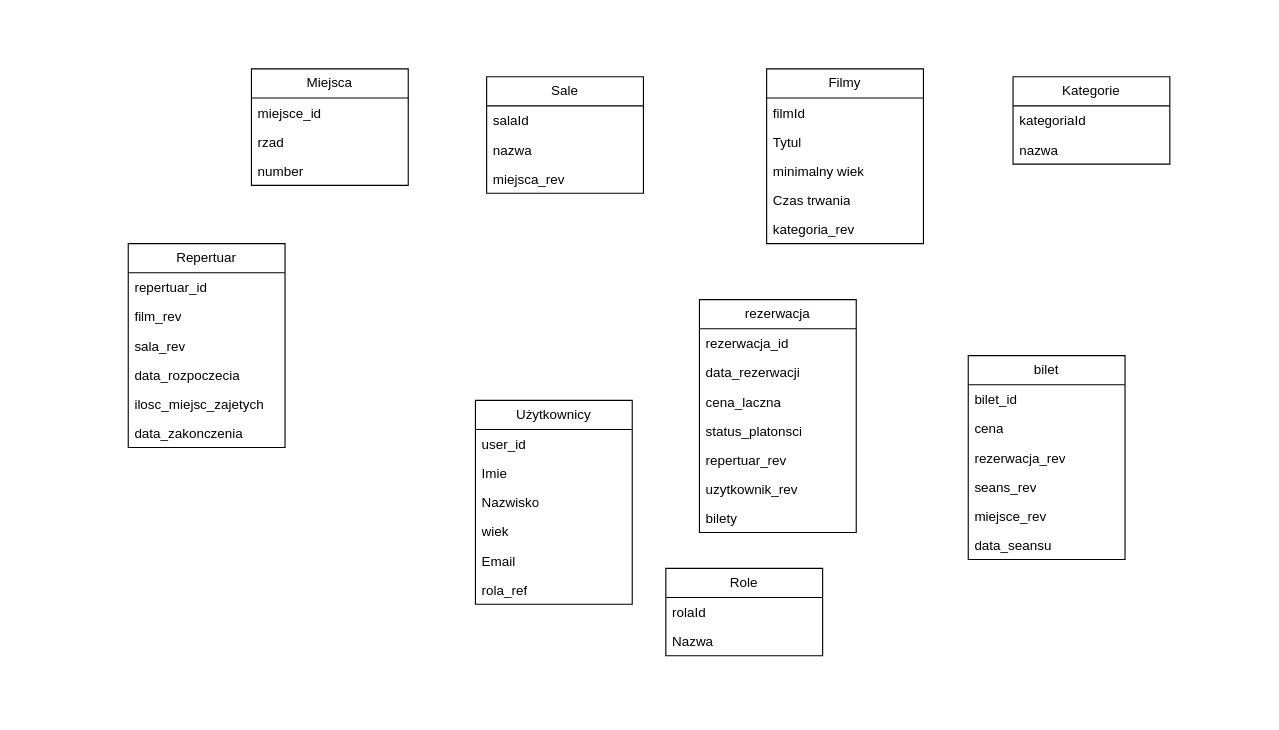
elzyr/KinoDB keeps this draw.io diagram as diagram.drawio. Above is the earlier version. Source tidied: cells renumbered, new cells numbered last; positions are measured from the earlier drawing's top-left corner, leaving out a move shared by most shapes. Both pictures are drawn from the tidied source at 112%, with x=0, y=0 at pixel (128, 68).
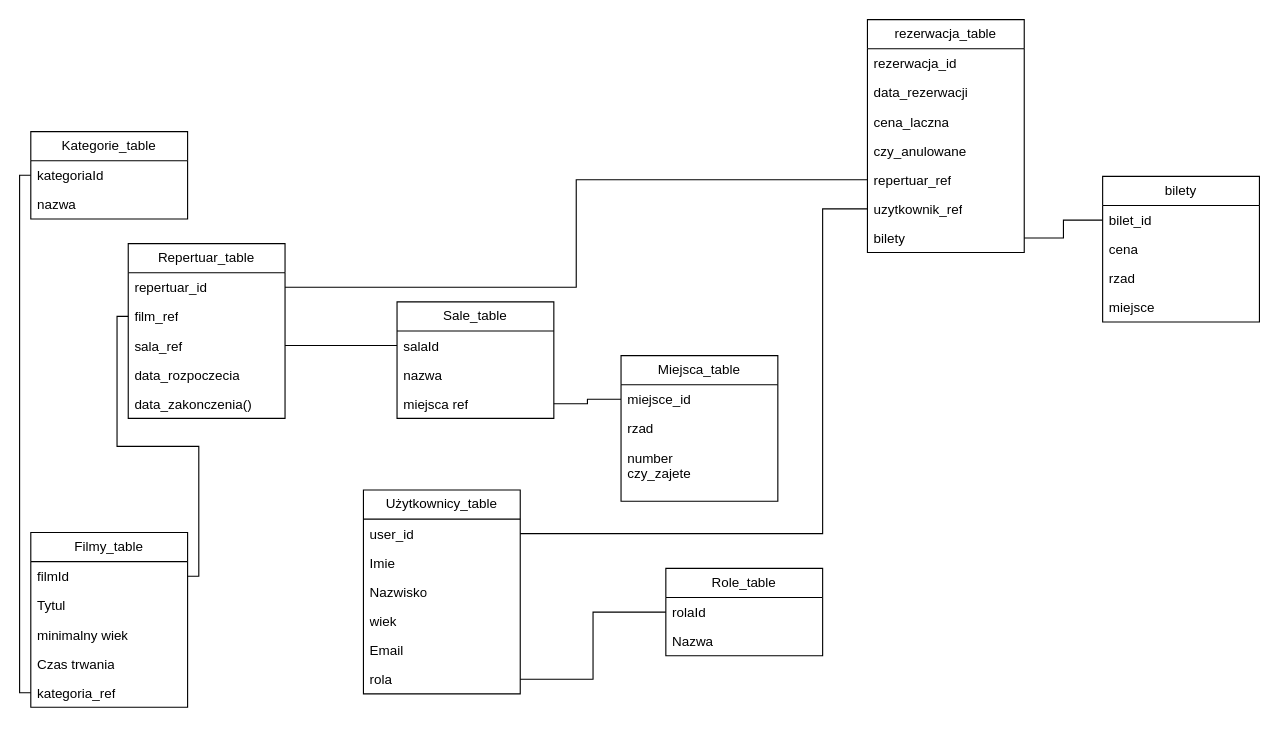
After the change.

Unchanged cells that the change refers to:
```xml
<mxCell id="3" value="user_id" style="text;strokeColor=none;fillColor=none;align=left;verticalAlign=top;spacingLeft=4;spacingRight=4;overflow=hidden;points=[[0,0.5],[1,0.5]];portConstraint=eastwest;whiteSpace=wrap;html=1;" parent="2" vertex="1">
  <mxGeometry y="26" width="140" height="26" as="geometry" />
</mxCell>
<mxCell id="10" value="rolaId" style="text;strokeColor=none;fillColor=none;align=left;verticalAlign=top;spacingLeft=4;spacingRight=4;overflow=hidden;points=[[0,0.5],[1,0.5]];portConstraint=eastwest;whiteSpace=wrap;html=1;" parent="9" vertex="1">
  <mxGeometry y="26" width="140" height="26" as="geometry" />
</mxCell>
<mxCell id="13" value="filmId" style="text;strokeColor=none;fillColor=none;align=left;verticalAlign=top;spacingLeft=4;spacingRight=4;overflow=hidden;points=[[0,0.5],[1,0.5]];portConstraint=eastwest;whiteSpace=wrap;html=1;" parent="12" vertex="1">
  <mxGeometry y="26" width="140" height="26" as="geometry" />
</mxCell>
<mxCell id="19" value="kategoriaId" style="text;strokeColor=none;fillColor=none;align=left;verticalAlign=top;spacingLeft=4;spacingRight=4;overflow=hidden;points=[[0,0.5],[1,0.5]];portConstraint=eastwest;whiteSpace=wrap;html=1;" parent="18" vertex="1">
  <mxGeometry y="26" width="140" height="26" as="geometry" />
</mxCell>
<mxCell id="22" value="salaId" style="text;strokeColor=none;fillColor=none;align=left;verticalAlign=top;spacingLeft=4;spacingRight=4;overflow=hidden;points=[[0,0.5],[1,0.5]];portConstraint=eastwest;whiteSpace=wrap;html=1;" parent="21" vertex="1">
  <mxGeometry y="26" width="140" height="26" as="geometry" />
</mxCell>
<mxCell id="26" value="repertuar_id" style="text;strokeColor=none;fillColor=none;align=left;verticalAlign=top;spacingLeft=4;spacingRight=4;overflow=hidden;points=[[0,0.5],[1,0.5]];portConstraint=eastwest;whiteSpace=wrap;html=1;" parent="25" vertex="1">
  <mxGeometry y="26" width="140" height="26" as="geometry" />
</mxCell>
<mxCell id="33" value="miejsce_id" style="text;strokeColor=none;fillColor=none;align=left;verticalAlign=top;spacingLeft=4;spacingRight=4;overflow=hidden;points=[[0,0.5],[1,0.5]];portConstraint=eastwest;whiteSpace=wrap;html=1;" parent="32" vertex="1">
  <mxGeometry y="26" width="140" height="26" as="geometry" />
</mxCell>
<mxCell id="37" value="bilet_id" style="text;strokeColor=none;fillColor=none;align=left;verticalAlign=top;spacingLeft=4;spacingRight=4;overflow=hidden;points=[[0,0.5],[1,0.5]];portConstraint=eastwest;whiteSpace=wrap;html=1;" parent="36" vertex="1">
  <mxGeometry y="26" width="140" height="26" as="geometry" />
</mxCell>
<mxCell id="50" value="bilety" style="text;strokeColor=none;fillColor=none;align=left;verticalAlign=top;spacingLeft=4;spacingRight=4;overflow=hidden;points=[[0,0.5],[1,0.5]];portConstraint=eastwest;whiteSpace=wrap;html=1;" parent="43" vertex="1">
  <mxGeometry y="182" width="140" height="26" as="geometry" />
</mxCell>
```

The edit, as a diff of the source:
```diff
@@
-    <mxCell id="2" value="Użytkownicy" style="swimlane;fontStyle=0;horizontal=1;startSize=26;fillColor=none;whiteSpace=wrap;html=1;" parent="1" vertex="1">
-      <mxGeometry x="310" y="296" width="140" height="182" as="geometry" />
+    <mxCell id="2" value="Użytkownicy_table" style="swimlane;fontStyle=0;horizontal=1;startSize=26;fillColor=none;whiteSpace=wrap;html=1;" parent="1" vertex="1">
+      <mxGeometry x="210" y="376" width="140" height="182" as="geometry" />
     </mxCell>
@@
-    <mxCell id="8" value="rola_ref" style="text;strokeColor=none;fillColor=none;align=left;verticalAlign=top;spacingLeft=4;spacingRight=4;overflow=hidden;points=[[0,0.5],[1,0.5]];portConstraint=eastwest;whiteSpace=wrap;html=1;" parent="2" vertex="1">
+    <mxCell id="8" value="rola" style="text;strokeColor=none;fillColor=none;align=left;verticalAlign=top;spacingLeft=4;spacingRight=4;overflow=hidden;points=[[0,0.5],[1,0.5]];portConstraint=eastwest;whiteSpace=wrap;html=1;" parent="2" vertex="1">
       <mxGeometry y="156" width="140" height="26" as="geometry" />
     </mxCell>
-    <mxCell id="9" value="Role" style="swimlane;fontStyle=0;horizontal=1;startSize=26;fillColor=none;whiteSpace=wrap;html=1;" parent="1" vertex="1">
+    <mxCell id="9" value="Role_table" style="swimlane;fontStyle=0;horizontal=1;startSize=26;fillColor=none;whiteSpace=wrap;html=1;" parent="1" vertex="1">
       <mxGeometry x="480" y="446" width="140" height="78" as="geometry" />
     </mxCell>
@@
-    <mxCell id="12" value="Filmy" style="swimlane;fontStyle=0;horizontal=1;startSize=26;fillColor=none;whiteSpace=wrap;html=1;" parent="1" vertex="1">
-      <mxGeometry x="570" width="140" height="156" as="geometry" />
+    <mxCell id="12" value="Filmy_table" style="swimlane;fontStyle=0;horizontal=1;startSize=26;fillColor=none;whiteSpace=wrap;html=1;" parent="1" vertex="1">
+      <mxGeometry x="-87" y="414" width="140" height="156" as="geometry" />
     </mxCell>
@@
-    <mxCell id="17" value="kategoria_rev" style="text;strokeColor=none;fillColor=none;align=left;verticalAlign=top;spacingLeft=4;spacingRight=4;overflow=hidden;points=[[0,0.5],[1,0.5]];portConstraint=eastwest;whiteSpace=wrap;html=1;" parent="12" vertex="1">
+    <mxCell id="17" value="kategoria_ref" style="text;strokeColor=none;fillColor=none;align=left;verticalAlign=top;spacingLeft=4;spacingRight=4;overflow=hidden;points=[[0,0.5],[1,0.5]];portConstraint=eastwest;whiteSpace=wrap;html=1;" parent="12" vertex="1">
       <mxGeometry y="130" width="140" height="26" as="geometry" />
     </mxCell>
-    <mxCell id="18" value="Kategorie" style="swimlane;fontStyle=0;horizontal=1;startSize=26;fillColor=none;whiteSpace=wrap;html=1;" parent="1" vertex="1">
-      <mxGeometry x="790" y="7" width="140" height="78" as="geometry" />
+    <mxCell id="18" value="Kategorie_table" style="swimlane;fontStyle=0;horizontal=1;startSize=26;fillColor=none;whiteSpace=wrap;html=1;" parent="1" vertex="1">
+      <mxGeometry x="-87" y="56" width="140" height="78" as="geometry" />
     </mxCell>
@@
-    <mxCell id="21" value="Sale" style="swimlane;fontStyle=0;horizontal=1;startSize=26;fillColor=none;whiteSpace=wrap;html=1;" parent="1" vertex="1">
-      <mxGeometry x="320" y="7" width="140" height="104" as="geometry" />
+    <mxCell id="21" value="Sale_table" style="swimlane;fontStyle=0;horizontal=1;startSize=26;fillColor=none;whiteSpace=wrap;html=1;" parent="1" vertex="1">
+      <mxGeometry x="240" y="208" width="140" height="104" as="geometry" />
     </mxCell>
@@
-    <mxCell id="24" value="miejsca_rev" style="text;strokeColor=none;fillColor=none;align=left;verticalAlign=top;spacingLeft=4;spacingRight=4;overflow=hidden;points=[[0,0.5],[1,0.5]];portConstraint=eastwest;whiteSpace=wrap;html=1;" parent="21" vertex="1">
+    <mxCell id="24" value="miejsca ref" style="text;strokeColor=none;fillColor=none;align=left;verticalAlign=top;spacingLeft=4;spacingRight=4;overflow=hidden;points=[[0,0.5],[1,0.5]];portConstraint=eastwest;whiteSpace=wrap;html=1;" parent="21" vertex="1">
       <mxGeometry y="78" width="140" height="26" as="geometry" />
     </mxCell>
-    <mxCell id="25" value="Repertuar" style="swimlane;fontStyle=0;horizontal=1;startSize=26;fillColor=none;whiteSpace=wrap;html=1;" parent="1" vertex="1">
-      <mxGeometry y="156" width="140" height="182" as="geometry" />
+    <mxCell id="25" value="Repertuar_table" style="swimlane;fontStyle=0;horizontal=1;startSize=26;fillColor=none;whiteSpace=wrap;html=1;" parent="1" vertex="1">
+      <mxGeometry y="156" width="140" height="156" as="geometry" />
     </mxCell>
@@
-    <mxCell id="27" value="film_rev" style="text;strokeColor=none;fillColor=none;align=left;verticalAlign=top;spacingLeft=4;spacingRight=4;overflow=hidden;points=[[0,0.5],[1,0.5]];portConstraint=eastwest;whiteSpace=wrap;html=1;" parent="25" vertex="1">
+    <mxCell id="27" value="film_ref" style="text;strokeColor=none;fillColor=none;align=left;verticalAlign=top;spacingLeft=4;spacingRight=4;overflow=hidden;points=[[0,0.5],[1,0.5]];portConstraint=eastwest;whiteSpace=wrap;html=1;" parent="25" vertex="1">
       <mxGeometry y="52" width="140" height="26" as="geometry" />
     </mxCell>
-    <mxCell id="28" value="sala_rev" style="text;strokeColor=none;fillColor=none;align=left;verticalAlign=top;spacingLeft=4;spacingRight=4;overflow=hidden;points=[[0,0.5],[1,0.5]];portConstraint=eastwest;whiteSpace=wrap;html=1;" parent="25" vertex="1">
+    <mxCell id="28" value="sala_ref" style="text;strokeColor=none;fillColor=none;align=left;verticalAlign=top;spacingLeft=4;spacingRight=4;overflow=hidden;points=[[0,0.5],[1,0.5]];portConstraint=eastwest;whiteSpace=wrap;html=1;" parent="25" vertex="1">
       <mxGeometry y="78" width="140" height="26" as="geometry" />
     </mxCell>
@@
-    <mxCell id="30" value="ilosc_miejsc_zajetych" style="text;strokeColor=none;fillColor=none;align=left;verticalAlign=top;spacingLeft=4;spacingRight=4;overflow=hidden;whiteSpace=wrap;html=1;" parent="25" vertex="1">
-      <mxGeometry y="130" width="140" height="26" as="geometry" />
-    </mxCell>
-    <mxCell id="31" value="data_zakonczenia" style="text;strokeColor=none;fillColor=none;align=left;verticalAlign=top;spacingLeft=4;spacingRight=4;overflow=hidden;whiteSpace=wrap;html=1;" parent="25" vertex="1">
-      <mxGeometry y="156" width="140" height="26" as="geometry" />
+    <mxCell id="31" value="data_zakonczenia()" style="text;strokeColor=none;fillColor=none;align=left;verticalAlign=top;spacingLeft=4;spacingRight=4;overflow=hidden;whiteSpace=wrap;html=1;" parent="25" vertex="1">
+      <mxGeometry y="130" width="140" height="26" as="geometry" />
     </mxCell>
-    <mxCell id="32" value="Miejsca" style="swimlane;fontStyle=0;horizontal=1;startSize=26;fillColor=none;whiteSpace=wrap;html=1;" parent="1" vertex="1">
-      <mxGeometry x="110" width="140" height="104" as="geometry" />
+    <mxCell id="32" value="Miejsca_table" style="swimlane;fontStyle=0;horizontal=1;startSize=26;fillColor=none;whiteSpace=wrap;html=1;" parent="1" vertex="1">
+      <mxGeometry x="440" y="256" width="140" height="130" as="geometry" />
     </mxCell>
@@
-    <mxCell id="35" value="number" style="text;strokeColor=none;fillColor=none;align=left;verticalAlign=top;spacingLeft=4;spacingRight=4;overflow=hidden;whiteSpace=wrap;html=1;" parent="32" vertex="1">
-      <mxGeometry y="78" width="140" height="26" as="geometry" />
+    <mxCell id="35" value="number&lt;div&gt;czy_zajete&lt;/div&gt;" style="text;strokeColor=none;fillColor=none;align=left;verticalAlign=top;spacingLeft=4;spacingRight=4;overflow=hidden;whiteSpace=wrap;html=1;" parent="32" vertex="1">
+      <mxGeometry y="78" width="140" height="52" as="geometry" />
     </mxCell>
-    <mxCell id="36" value="bilet" style="swimlane;fontStyle=0;horizontal=1;startSize=26;fillColor=none;whiteSpace=wrap;html=1;" parent="1" vertex="1">
-      <mxGeometry x="750" y="256" width="140" height="182" as="geometry" />
+    <mxCell id="36" value="bilety" style="swimlane;fontStyle=0;horizontal=1;startSize=26;fillColor=none;whiteSpace=wrap;html=1;" parent="1" vertex="1">
+      <mxGeometry x="870" y="96" width="140" height="130" as="geometry" />
     </mxCell>
@@
-    <mxCell id="39" value="rezerwacja_rev" style="text;strokeColor=none;fillColor=none;align=left;verticalAlign=top;spacingLeft=4;spacingRight=4;overflow=hidden;whiteSpace=wrap;html=1;" parent="36" vertex="1">
-      <mxGeometry y="78" width="140" height="26" as="geometry" />
-    </mxCell>
-    <mxCell id="40" value="seans_rev" style="text;strokeColor=none;fillColor=none;align=left;verticalAlign=top;spacingLeft=4;spacingRight=4;overflow=hidden;whiteSpace=wrap;html=1;" parent="36" vertex="1">
-      <mxGeometry y="104" width="140" height="26" as="geometry" />
+    <mxCell id="40" value="rzad" style="text;strokeColor=none;fillColor=none;align=left;verticalAlign=top;spacingLeft=4;spacingRight=4;overflow=hidden;whiteSpace=wrap;html=1;" parent="36" vertex="1">
+      <mxGeometry y="78" width="140" height="26" as="geometry" />
     </mxCell>
-    <mxCell id="41" value="miejsce_rev" style="text;strokeColor=none;fillColor=none;align=left;verticalAlign=top;spacingLeft=4;spacingRight=4;overflow=hidden;whiteSpace=wrap;html=1;" parent="36" vertex="1">
-      <mxGeometry y="130" width="140" height="26" as="geometry" />
+    <mxCell id="41" value="miejsce" style="text;strokeColor=none;fillColor=none;align=left;verticalAlign=top;spacingLeft=4;spacingRight=4;overflow=hidden;whiteSpace=wrap;html=1;" parent="36" vertex="1">
+      <mxGeometry y="104" width="140" height="26" as="geometry" />
     </mxCell>
-    <mxCell id="42" value="data_seansu" style="text;strokeColor=none;fillColor=none;align=left;verticalAlign=top;spacingLeft=4;spacingRight=4;overflow=hidden;whiteSpace=wrap;html=1;" parent="36" vertex="1">
-      <mxGeometry y="156" width="140" height="26" as="geometry" />
-    </mxCell>
-    <mxCell id="43" value="rezerwacja" style="swimlane;fontStyle=0;horizontal=1;startSize=26;fillColor=none;whiteSpace=wrap;html=1;" parent="1" vertex="1">
-      <mxGeometry x="510" y="206" width="140" height="208" as="geometry" />
+    <mxCell id="43" value="rezerwacja_table" style="swimlane;fontStyle=0;horizontal=1;startSize=26;fillColor=none;whiteSpace=wrap;html=1;" parent="1" vertex="1">
+      <mxGeometry x="660" y="-44" width="140" height="208" as="geometry" />
     </mxCell>
@@
-    <mxCell id="47" value="status_platonsci" style="text;strokeColor=none;fillColor=none;align=left;verticalAlign=top;spacingLeft=4;spacingRight=4;overflow=hidden;whiteSpace=wrap;html=1;" parent="43" vertex="1">
+    <mxCell id="47" value="czy_anulowane" style="text;strokeColor=none;fillColor=none;align=left;verticalAlign=top;spacingLeft=4;spacingRight=4;overflow=hidden;whiteSpace=wrap;html=1;" parent="43" vertex="1">
       <mxGeometry y="104" width="140" height="26" as="geometry" />
     </mxCell>
-    <mxCell id="48" value="repertuar_rev" style="text;strokeColor=none;fillColor=none;align=left;verticalAlign=top;spacingLeft=4;spacingRight=4;overflow=hidden;points=[[0,0.5],[1,0.5]];portConstraint=eastwest;whiteSpace=wrap;html=1;" parent="43" vertex="1">
+    <mxCell id="48" value="repertuar_ref" style="text;strokeColor=none;fillColor=none;align=left;verticalAlign=top;spacingLeft=4;spacingRight=4;overflow=hidden;points=[[0,0.5],[1,0.5]];portConstraint=eastwest;whiteSpace=wrap;html=1;" parent="43" vertex="1">
       <mxGeometry y="130" width="140" height="26" as="geometry" />
     </mxCell>
-    <mxCell id="49" value="uzytkownik_rev" style="text;strokeColor=none;fillColor=none;align=left;verticalAlign=top;spacingLeft=4;spacingRight=4;overflow=hidden;points=[[0,0.5],[1,0.5]];portConstraint=eastwest;whiteSpace=wrap;html=1;" parent="43" vertex="1">
+    <mxCell id="49" value="uzytkownik_ref" style="text;strokeColor=none;fillColor=none;align=left;verticalAlign=top;spacingLeft=4;spacingRight=4;overflow=hidden;points=[[0,0.5],[1,0.5]];portConstraint=eastwest;whiteSpace=wrap;html=1;" parent="43" vertex="1">
       <mxGeometry y="156" width="140" height="26" as="geometry" />
     </mxCell>
@@
+    <mxCell id="51" style="endArrow=none;html=1;edgeStyle=orthogonalEdgeStyle;rounded=0;entryX=0;entryY=0.5;entryDx=0;entryDy=0;exitX=0;exitY=0.5;exitDx=0;exitDy=0;" parent="1" edge="1" source="17" target="19">
+      <mxGeometry relative="1" as="geometry" />
+    </mxCell>
+    <mxCell id="52" style="endArrow=none;html=1;edgeStyle=orthogonalEdgeStyle;rounded=0;entryX=0;entryY=0.5;entryDx=0;entryDy=0;exitX=1;exitY=0.5;exitDx=0;exitDy=0;" parent="1" edge="1" source="13" target="27">
+      <mxGeometry relative="1" as="geometry" />
+    </mxCell>
+    <mxCell id="53" style="endArrow=none;html=1;edgeStyle=orthogonalEdgeStyle;rounded=0;entryX=0;entryY=0.5;entryDx=0;entryDy=0;exitX=1;exitY=0.5;exitDx=0;exitDy=0;" parent="1" edge="1" source="26" target="48">
+      <mxGeometry relative="1" as="geometry" />
+    </mxCell>
+    <mxCell id="54" style="endArrow=none;html=1;edgeStyle=orthogonalEdgeStyle;rounded=0;exitX=1;exitY=0.5;exitDx=0;exitDy=0;" parent="1" edge="1" source="24" target="33">
+      <mxGeometry relative="1" as="geometry" />
+    </mxCell>
+    <mxCell id="55" style="endArrow=none;html=1;edgeStyle=orthogonalEdgeStyle;rounded=0;entryX=0;entryY=0.5;entryDx=0;entryDy=0;exitX=1;exitY=0.5;exitDx=0;exitDy=0;" parent="1" edge="1" source="28" target="22">
+      <mxGeometry relative="1" as="geometry" />
+    </mxCell>
+    <mxCell id="56" style="endArrow=none;html=1;edgeStyle=orthogonalEdgeStyle;rounded=0;entryX=0;entryY=0.5;entryDx=0;entryDy=0;exitX=1;exitY=0.5;exitDx=0;exitDy=0;" parent="1" edge="1" source="8" target="10">
+      <mxGeometry relative="1" as="geometry" />
+    </mxCell>
+    <mxCell id="57" style="endArrow=none;html=1;edgeStyle=orthogonalEdgeStyle;rounded=0;entryX=0;entryY=0.5;entryDx=0;entryDy=0;exitX=1;exitY=0.5;exitDx=0;exitDy=0;" parent="1" edge="1" source="50" target="37">
+      <mxGeometry relative="1" as="geometry" />
+    </mxCell>
+    <mxCell id="58" style="endArrow=none;html=1;edgeStyle=orthogonalEdgeStyle;rounded=0;entryX=0;entryY=0.5;entryDx=0;entryDy=0;" parent="1" edge="1" source="3" target="49">
+      <mxGeometry relative="1" as="geometry">
+        <Array as="points">
+          <mxPoint x="620" y="415" />
+          <mxPoint x="620" y="125" />
+        </Array>
+      </mxGeometry>
+    </mxCell>
```
